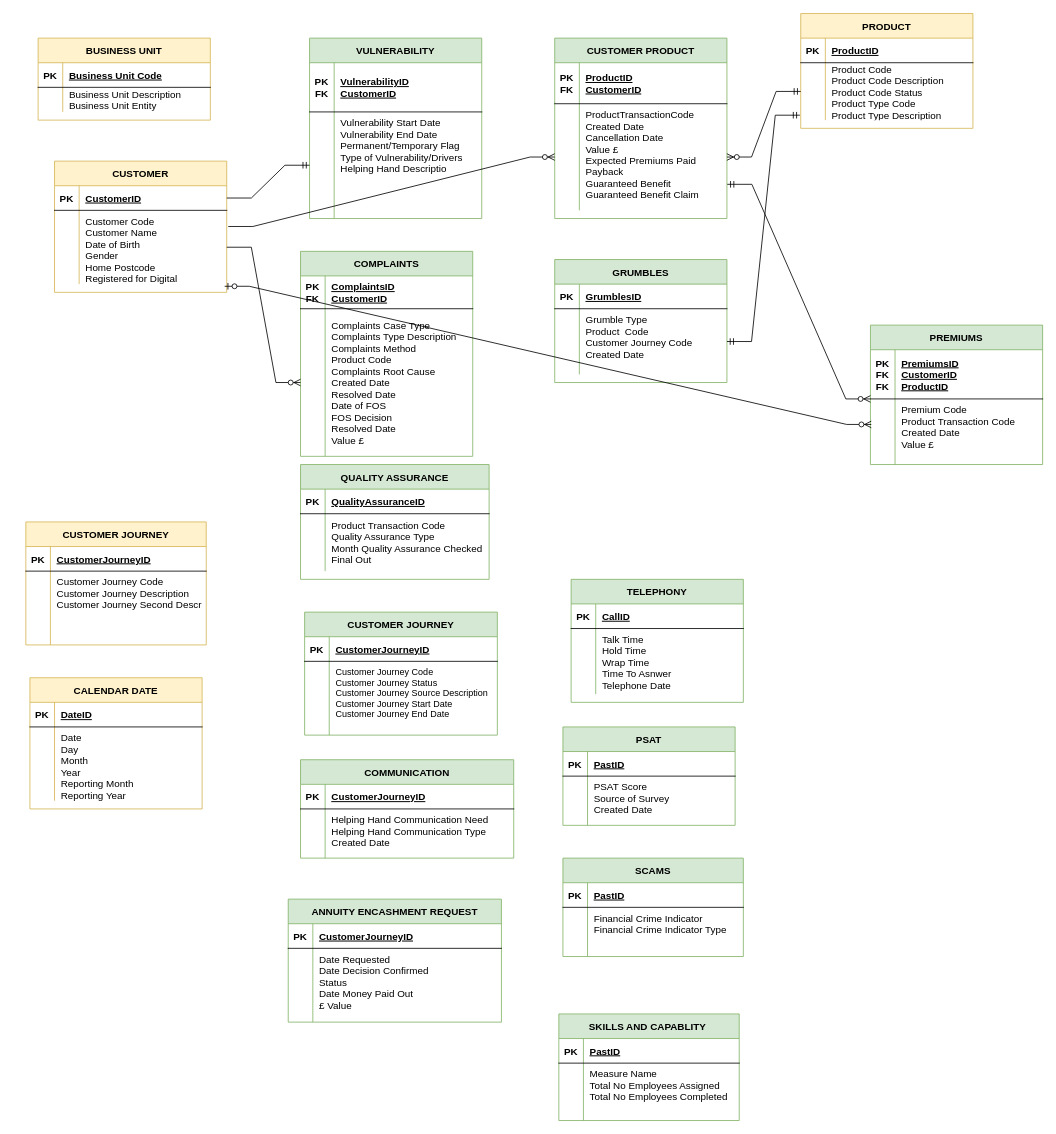
Saadcapco/PhoenixVC keeps this draw.io diagram as PhonnixVC_DM.drawio. Above is the earlier version. Source tidied: cells renumbered, new cells numbered last; positions are measured from the earlier drawing's top-left corner, leaving out a move shared by most shapes. Both pictures are drawn from the tidied source at 82%, with x=0, y=0 at pixel (25, 13).
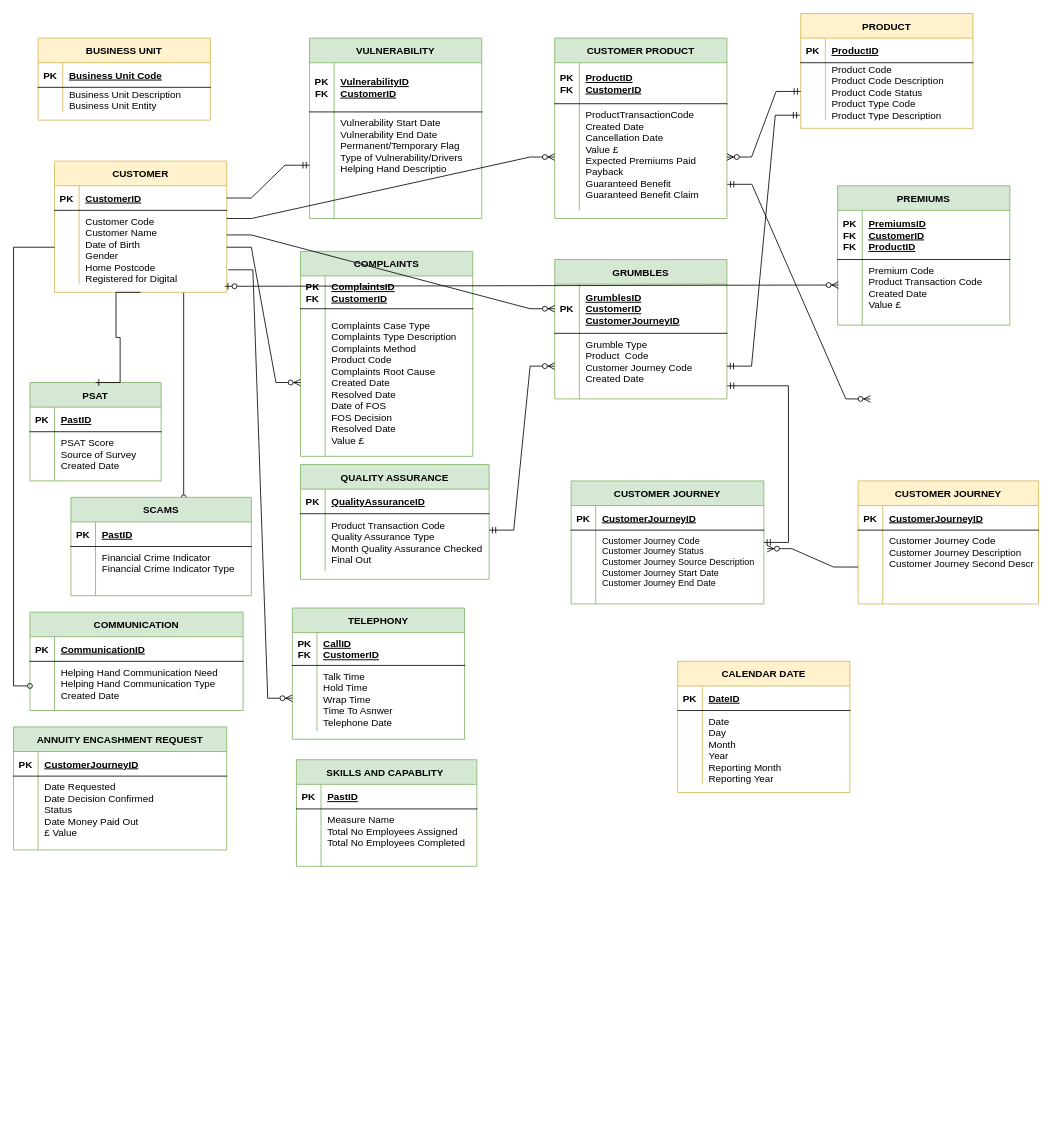
After the change.

The change refers to these unchanged cells:
```xml
<mxCell id="16" value="CUSTOMER" style="shape=table;startSize=30;childLayout=tableLayout;rowLines=0;fontStyle=1;align=center;fillColor=#fff2cc;strokeColor=#d6b656;" parent="1" vertex="1">
  <mxGeometry x="35" y="180" width="210" height="160" as="geometry" />
</mxCell>
<mxCell id="20" style="shape=partialRectangle;fillColor=none;points=[[0,0.5],[1,0.5]];portConstraint=eastwest;top=0;left=0;right=0;bottom=0;" parent="16" vertex="1">
  <mxGeometry y="60" width="210" height="90" as="geometry" />
</mxCell>
<mxCell id="34" style="shape=partialRectangle;fillColor=none;points=[[0,0.5],[1,0.5]];portConstraint=eastwest;top=0;left=0;right=0;bottom=0;" parent="30" vertex="1">
  <mxGeometry y="60" width="220" height="90" as="geometry" />
</mxCell>
<mxCell id="62" style="shape=partialRectangle;fillColor=none;points=[[0,0.5],[1,0.5]];portConstraint=eastwest;top=0;left=0;right=0;bottom=0;" parent="58" vertex="1">
  <mxGeometry y="60" width="235" height="90" as="geometry" />
</mxCell>
<mxCell id="66" style="shape=partialRectangle;fillColor=none;top=0;left=0;right=0;bottom=1;" parent="65" vertex="1">
  <mxGeometry y="30" width="260" height="30" as="geometry" />
</mxCell>
<mxCell id="69" style="shape=partialRectangle;fillColor=none;points=[[0,0.5],[1,0.5]];portConstraint=eastwest;top=0;left=0;right=0;bottom=0;" parent="65" vertex="1">
  <mxGeometry y="60" width="260" height="60" as="geometry" />
</mxCell>
<mxCell id="83" style="shape=partialRectangle;fillColor=none;points=[[0,0.5],[1,0.5]];portConstraint=eastwest;top=0;left=0;right=0;bottom=0;" parent="79" vertex="1">
  <mxGeometry y="80" width="210" height="130" as="geometry" />
</mxCell>
```

Diff of the diagram source:
```diff
@@
+    <mxCell id="135" style="edgeStyle=orthogonalEdgeStyle;rounded=0;jettySize=auto;html=1;exitX=0.75;exitY=1;exitDx=0;exitDy=0;fontSize=11;endArrow=oval;endFill=0;" parent="1" edge="1" source="16" target="114">
+      <mxGeometry relative="1" as="geometry">
+        <Array as="points">
+          <mxPoint x="192" y="530" />
+          <mxPoint x="192" y="530" />
+        </Array>
+      </mxGeometry>
+    </mxCell>
@@
     <mxCell id="23" value="CALENDAR DATE" style="shape=table;startSize=30;childLayout=tableLayout;rowLines=0;fontStyle=1;align=center;fillColor=#fff2cc;strokeColor=#d6b656;" parent="1" vertex="1">
-      <mxGeometry x="5" y="810" width="210" height="160" as="geometry" />
+      <mxGeometry x="795" y="790" width="210" height="160" as="geometry" />
     </mxCell>
@@
     <mxCell id="30" value="CUSTOMER JOURNEY" style="shape=table;startSize=30;childLayout=tableLayout;rowLines=0;fontStyle=1;align=center;fillColor=#fff2cc;strokeColor=#d6b656;" parent="1" vertex="1">
-      <mxGeometry y="620" width="220" height="150" as="geometry" />
+      <mxGeometry x="1015" y="570" width="220" height="150" as="geometry" />
     </mxCell>
@@
     <mxCell id="58" value="CUSTOMER JOURNEY" style="shape=table;startSize=30;childLayout=tableLayout;rowLines=0;fontStyle=1;align=center;fillColor=#d5e8d4;strokeColor=#82b366;" parent="1" vertex="1">
-      <mxGeometry x="340" y="730" width="235" height="150" as="geometry" />
+      <mxGeometry x="665" y="570" width="235" height="150" as="geometry" />
     </mxCell>
@@
     <mxCell id="65" value="COMMUNICATION" style="shape=table;startSize=30;childLayout=tableLayout;rowLines=0;fontStyle=1;align=center;fillColor=#d5e8d4;strokeColor=#82b366;" parent="1" vertex="1">
-      <mxGeometry x="335" y="910" width="260" height="120" as="geometry" />
+      <mxGeometry x="5" y="730" width="260" height="120" as="geometry" />
     </mxCell>
@@
-    <mxCell id="68" value="CustomerJourneyID" style="shape=partialRectangle;overflow=hidden;fillColor=none;top=0;left=0;bottom=0;right=0;align=left;spacingLeft=6;fontStyle=5;" parent="66" vertex="1">
+    <mxCell id="68" value="CommunicationID" style="shape=partialRectangle;overflow=hidden;fillColor=none;top=0;left=0;bottom=0;right=0;align=left;spacingLeft=6;fontStyle=5;" parent="66" vertex="1">
       <mxGeometry x="30" width="230" height="30" as="geometry" />
     </mxCell>
@@
     <mxCell id="72" value="ANNUITY ENCASHMENT REQUEST" style="shape=table;startSize=30;childLayout=tableLayout;rowLines=0;fontStyle=1;align=center;fillColor=#d5e8d4;strokeColor=#82b366;" parent="1" vertex="1">
-      <mxGeometry x="320" y="1080" width="260" height="150" as="geometry" />
+      <mxGeometry x="-15" y="870" width="260" height="150" as="geometry" />
     </mxCell>
@@
     <mxCell id="86" value="GRUMBLES" style="shape=table;startSize=30;childLayout=tableLayout;rowLines=0;fontStyle=1;align=center;fillColor=#d5e8d4;strokeColor=#82b366;" parent="1" vertex="1">
-      <mxGeometry x="645" y="300" width="210" height="150" as="geometry" />
+      <mxGeometry x="645" y="300" width="210" height="170" as="geometry" />
     </mxCell>
     <mxCell id="87" style="shape=partialRectangle;fillColor=none;points=[[0,0.5],[1,0.5]];portConstraint=eastwest;top=0;left=0;right=0;bottom=1;" parent="86" vertex="1">
-      <mxGeometry y="30" width="210" height="30" as="geometry" />
+      <mxGeometry y="30" width="210" height="60" as="geometry" />
     </mxCell>
     <mxCell id="88" value="PK" style="shape=partialRectangle;overflow=hidden;fillColor=none;top=0;left=0;bottom=0;right=0;fontStyle=1;" parent="87" vertex="1">
-      <mxGeometry width="30" height="30" as="geometry" />
+      <mxGeometry width="30" height="60" as="geometry" />
     </mxCell>
-    <mxCell id="89" value="GrumblesID" style="shape=partialRectangle;overflow=hidden;fillColor=none;top=0;left=0;bottom=0;right=0;align=left;spacingLeft=6;fontStyle=5;" parent="87" vertex="1">
-      <mxGeometry x="30" width="180" height="30" as="geometry" />
+    <mxCell id="89" value="GrumblesID&#10;CustomerID&#10;CustomerJourneyID" style="shape=partialRectangle;overflow=hidden;fillColor=none;top=0;left=0;bottom=0;right=0;align=left;spacingLeft=6;fontStyle=5;" parent="87" vertex="1">
+      <mxGeometry x="30" width="180" height="60" as="geometry" />
     </mxCell>
     <mxCell id="90" style="shape=partialRectangle;fillColor=none;points=[[0,0.5],[1,0.5]];portConstraint=eastwest;top=0;left=0;right=0;bottom=0;" parent="86" vertex="1">
-      <mxGeometry y="60" width="210" height="80" as="geometry" />
+      <mxGeometry y="90" width="210" height="80" as="geometry" />
     </mxCell>
@@
     <mxCell id="93" value="PREMIUMS" style="shape=table;startSize=30;childLayout=tableLayout;rowLines=0;fontStyle=1;align=center;fillColor=#d5e8d4;strokeColor=#82b366;" parent="1" vertex="1">
-      <mxGeometry x="1030" y="380" width="210" height="170" as="geometry" />
+      <mxGeometry x="990" y="210" width="210" height="170" as="geometry" />
     </mxCell>
@@
     <mxCell id="100" value="TELEPHONY" style="shape=table;startSize=30;childLayout=tableLayout;rowLines=0;fontStyle=1;align=center;fillColor=#d5e8d4;strokeColor=#82b366;" parent="1" vertex="1">
-      <mxGeometry x="665" y="690" width="210" height="150" as="geometry" />
+      <mxGeometry x="325" y="725" width="210" height="160" as="geometry" />
     </mxCell>
     <mxCell id="101" style="shape=partialRectangle;fillColor=none;top=0;left=0;right=0;bottom=1;" parent="100" vertex="1">
-      <mxGeometry y="30" width="210" height="30" as="geometry" />
+      <mxGeometry y="30" width="210" height="40" as="geometry" />
     </mxCell>
-    <mxCell id="102" value="PK" style="shape=partialRectangle;overflow=hidden;fillColor=none;top=0;left=0;bottom=0;right=0;fontStyle=1;" parent="101" vertex="1">
-      <mxGeometry width="30" height="30" as="geometry" />
+    <mxCell id="102" value="PK&#10;FK" style="shape=partialRectangle;overflow=hidden;fillColor=none;top=0;left=0;bottom=0;right=0;fontStyle=1;" parent="101" vertex="1">
+      <mxGeometry width="30" height="40" as="geometry" />
     </mxCell>
-    <mxCell id="103" value="CallID" style="shape=partialRectangle;overflow=hidden;fillColor=none;top=0;left=0;bottom=0;right=0;align=left;spacingLeft=6;fontStyle=5;" parent="101" vertex="1">
-      <mxGeometry x="30" width="180" height="30" as="geometry" />
+    <mxCell id="103" value="CallID&#10;CustomerID" style="shape=partialRectangle;overflow=hidden;fillColor=none;top=0;left=0;bottom=0;right=0;align=left;spacingLeft=6;fontStyle=5;" parent="101" vertex="1">
+      <mxGeometry x="30" width="180" height="40" as="geometry" />
     </mxCell>
     <mxCell id="104" style="shape=partialRectangle;fillColor=none;points=[[0,0.5],[1,0.5]];portConstraint=eastwest;top=0;left=0;right=0;bottom=0;" parent="100" vertex="1">
-      <mxGeometry y="60" width="210" height="80" as="geometry" />
+      <mxGeometry y="70" width="210" height="80" as="geometry" />
     </mxCell>
@@
     <mxCell id="107" value="PSAT" style="shape=table;startSize=30;childLayout=tableLayout;rowLines=0;fontStyle=1;align=center;fillColor=#d5e8d4;strokeColor=#82b366;" parent="1" vertex="1">
-      <mxGeometry x="655" y="870" width="210" height="120" as="geometry" />
+      <mxGeometry x="5" y="450" width="160" height="120" as="geometry" />
     </mxCell>
     <mxCell id="108" style="shape=partialRectangle;fillColor=none;top=0;left=0;right=0;bottom=1;" parent="107" vertex="1">
-      <mxGeometry y="30" width="210" height="30" as="geometry" />
+      <mxGeometry y="30" width="160" height="30" as="geometry" />
     </mxCell>
@@
     <mxCell id="110" value="PastID" style="shape=partialRectangle;overflow=hidden;fillColor=none;top=0;left=0;bottom=0;right=0;align=left;spacingLeft=6;fontStyle=5;" parent="108" vertex="1">
-      <mxGeometry x="30" width="180" height="30" as="geometry" />
+      <mxGeometry x="30" width="130" height="30" as="geometry" />
     </mxCell>
     <mxCell id="111" style="shape=partialRectangle;fillColor=none;top=0;left=0;right=0;bottom=0;" parent="107" vertex="1">
-      <mxGeometry y="60" width="210" height="60" as="geometry" />
+      <mxGeometry y="60" width="160" height="60" as="geometry" />
     </mxCell>
@@
     <mxCell id="113" value="PSAT Score&#10;Source of Survey&#10;Created Date" style="shape=partialRectangle;overflow=hidden;fillColor=none;top=0;left=0;bottom=0;right=0;align=left;spacingLeft=6;verticalAlign=top;" parent="111" vertex="1">
-      <mxGeometry x="30" width="180" height="60" as="geometry" />
+      <mxGeometry x="30" width="130" height="60" as="geometry" />
     </mxCell>
     <mxCell id="114" value="SCAMS" style="shape=table;startSize=30;childLayout=tableLayout;rowLines=0;fontStyle=1;align=center;fillColor=#d5e8d4;strokeColor=#82b366;" parent="1" vertex="1">
-      <mxGeometry x="655" y="1030" width="220" height="120" as="geometry" />
+      <mxGeometry x="55" y="590" width="220" height="120" as="geometry" />
     </mxCell>
@@
     <mxCell id="121" value="SKILLS AND CAPABLITY " style="shape=table;startSize=30;childLayout=tableLayout;rowLines=0;fontStyle=1;align=center;fillColor=#d5e8d4;strokeColor=#82b366;" parent="1" vertex="1">
-      <mxGeometry x="650" y="1220" width="220" height="130" as="geometry" />
+      <mxGeometry x="330" y="910" width="220" height="130" as="geometry" />
     </mxCell>
@@
-    <mxCell id="129" style="edgeStyle=entityRelationEdgeStyle;fontSize=12;html=1;endArrow=ERzeroToMany;endFill=1;rounded=0;exitX=1.009;exitY=0.219;exitDx=0;exitDy=0;exitPerimeter=0;" parent="1" edge="1" source="20" target="83">
-      <mxGeometry relative="1" as="geometry" />
+    <mxCell id="129" style="edgeStyle=entityRelationEdgeStyle;fontSize=12;html=1;endArrow=ERzeroToMany;endFill=1;rounded=0;" parent="1" edge="1" target="83">
+      <mxGeometry relative="1" as="geometry">
+        <mxPoint x="245" y="250" as="sourcePoint" />
+      </mxGeometry>
     </mxCell>
@@
+    <mxCell id="136" style="edgeStyle=entityRelationEdgeStyle;fontSize=12;html=1;endArrow=ERzeroToMany;endFill=1;rounded=0;exitX=1.009;exitY=0.806;exitDx=0;exitDy=0;exitPerimeter=0;" parent="1" edge="1" source="20" target="104">
+      <mxGeometry relative="1" as="geometry" />
+    </mxCell>
+    <mxCell id="137" style="edgeStyle=entityRelationEdgeStyle;fontSize=12;html=1;endArrow=ERzeroToMany;startArrow=ERmandOne;rounded=0;entryX=0;entryY=0.5;entryDx=0;entryDy=0;" parent="1" edge="1" target="90">
+      <mxGeometry relative="1" as="geometry">
+        <mxPoint x="565" y="630" as="sourcePoint" />
+      </mxGeometry>
+    </mxCell>
+    <mxCell id="138" style="edgeStyle=entityRelationEdgeStyle;fontSize=12;html=1;endArrow=ERzeroToMany;endFill=1;rounded=0;exitX=1;exitY=0.5;exitDx=0;exitDy=0;entryX=0;entryY=0.5;entryDx=0;entryDy=0;" parent="1" edge="1" target="87">
+      <mxGeometry relative="1" as="geometry">
+        <mxPoint x="245" y="270" as="sourcePoint" />
+      </mxGeometry>
+    </mxCell>
+    <mxCell id="139" style="edgeStyle=entityRelationEdgeStyle;fontSize=12;html=1;endArrow=ERone;endFill=1;rounded=0;exitX=0.5;exitY=1;exitDx=0;exitDy=0;entryX=0.5;entryY=0;entryDx=0;entryDy=0;" parent="1" edge="1" source="16" target="107">
+      <mxGeometry relative="1" as="geometry" />
+    </mxCell>
+    <mxCell id="140" style="edgeStyle=entityRelationEdgeStyle;fontSize=12;html=1;endArrow=ERzeroToMany;endFill=1;rounded=0;entryX=1.017;entryY=0.251;entryDx=0;entryDy=0;entryPerimeter=0;" parent="1" edge="1" source="34" target="62">
+      <mxGeometry relative="1" as="geometry" />
+    </mxCell>
+    <mxCell id="141" style="edgeStyle=entityRelationEdgeStyle;fontSize=12;html=1;endArrow=ERmandOne;startArrow=ERmandOne;rounded=0;entryX=1.002;entryY=0.8;entryDx=0;entryDy=0;entryPerimeter=0;" parent="1" edge="1" source="58" target="90">
+      <mxGeometry relative="1" as="geometry" />
+    </mxCell>
+    <mxCell id="142" style="edgeStyle=orthogonalEdgeStyle;rounded=0;jettySize=auto;html=1;entryX=0;entryY=0.5;entryDx=0;entryDy=0;fontSize=11;endArrow=oval;endFill=0;" parent="1" edge="1" source="20" target="69">
+      <mxGeometry relative="1" as="geometry" />
+    </mxCell>
```
